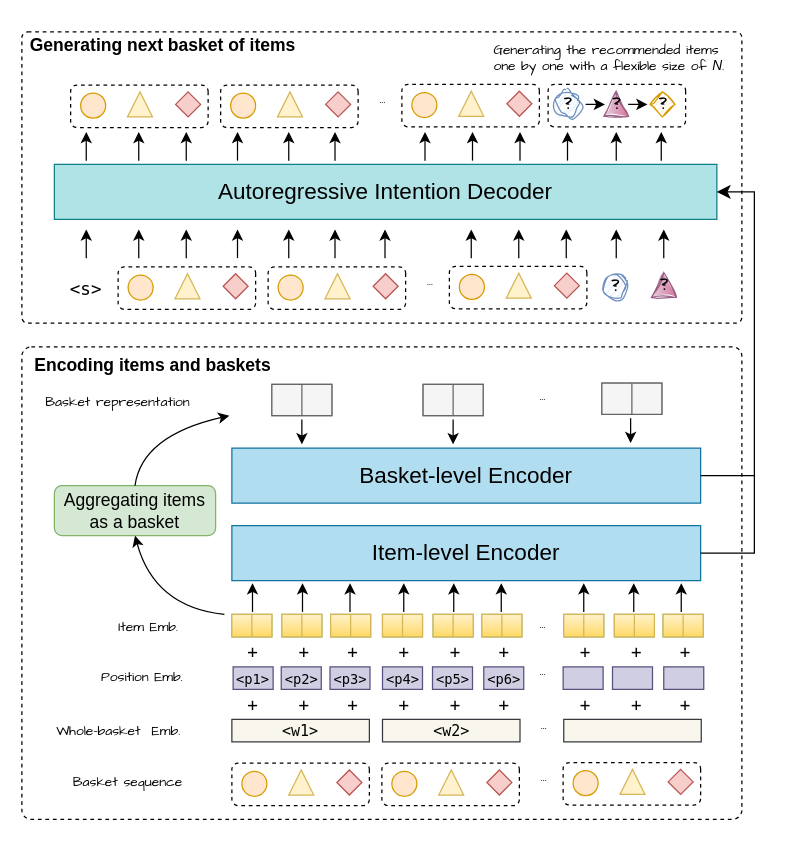
wenqisun/data keeps this draw.io diagram as architect.drawio. Above is the earlier version. Source tidied: cells renumbered, new cells numbered last; positions are measured from the earlier drawing's top-left corner, leaving out a move shared by most shapes. Both pictures are drawn from the tidied source at 125%, with x=0, y=0 at pixel (21, 21).
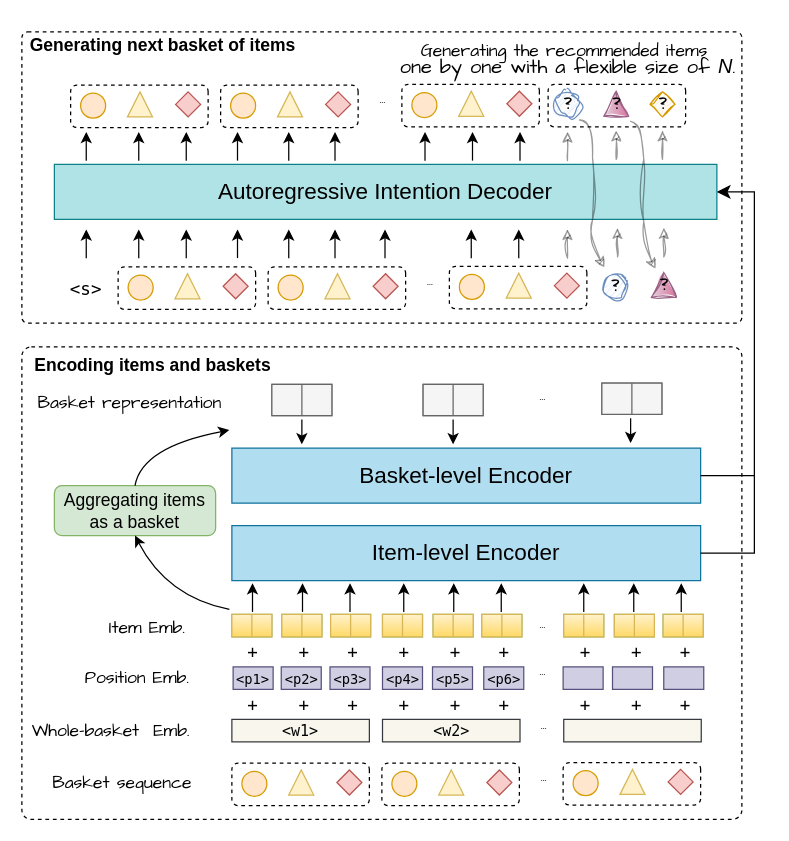
The same diagram, later.

Unchanged cells that the change refers to:
```xml
<mxCell id="5" value="Aggregating items &lt;br&gt;as a basket" style="rounded=1;whiteSpace=wrap;html=1;fontSize=14;fillColor=#d5e8d4;strokeColor=#82b366;" parent="1" vertex="1">
  <mxGeometry x="26" y="371" width="129" height="40" as="geometry" />
</mxCell>
```

Diff of the diagram source:
```diff
@@
-    <mxCell id="6" value="&lt;p style=&quot;line-height: 0%;&quot;&gt;&lt;font face=&quot;Comic Sans MS&quot; style=&quot;font-size: 11px;&quot;&gt;Basket&amp;nbsp;&lt;/font&gt;&lt;span style=&quot;font-size: 11px; font-family: &amp;quot;Comic Sans MS&amp;quot;; background-color: initial;&quot;&gt;sequence&lt;/span&gt;&lt;/p&gt;" style="text;strokeColor=none;align=center;fillColor=none;html=1;verticalAlign=middle;whiteSpace=wrap;rounded=0;dashed=1;" parent="1" vertex="1">
-      <mxGeometry x="34.5" y="593" width="100" height="30" as="geometry" />
+    <mxCell id="6" value="&lt;p style=&quot;line-height: 0%;&quot;&gt;&lt;font style=&quot;font-size: 14px;&quot;&gt;&lt;font face=&quot;Comic Sans MS&quot; style=&quot;&quot;&gt;Basket&amp;nbsp;&lt;/font&gt;&lt;span style=&quot;font-family: &amp;quot;Comic Sans MS&amp;quot;; background-color: initial;&quot;&gt;sequence&lt;/span&gt;&lt;/font&gt;&lt;/p&gt;" style="text;strokeColor=none;align=center;fillColor=none;html=1;verticalAlign=middle;whiteSpace=wrap;rounded=0;dashed=1;" parent="1" vertex="1">
+      <mxGeometry x="26" y="593" width="108.5" height="30" as="geometry" />
     </mxCell>
-    <mxCell id="7" style="curved=1;endArrow=classic;html=1;rounded=0;fontFamily=Comic Sans MS;fontSize=14;entryX=0.5;entryY=1;entryDx=0;entryDy=0;exitX=0.25;exitY=0;exitDx=0;exitDy=0;" parent="1" edge="1" target="5">
+    <mxCell id="7" style="curved=1;endArrow=classic;html=1;rounded=0;fontFamily=Comic Sans MS;fontSize=14;entryX=0.5;entryY=1;entryDx=0;entryDy=0;" parent="1" edge="1" target="5">
       <mxGeometry relative="1" as="geometry">
-        <mxPoint x="162" y="474" as="sourcePoint" />
+        <mxPoint x="166" y="470" as="sourcePoint" />
         <Array as="points">
-          <mxPoint x="106" y="468" />
+          <mxPoint x="116" y="460" />
         </Array>
       </mxGeometry>
     </mxCell>
-    <mxCell id="8" style="curved=1;endArrow=classic;html=1;rounded=0;fontFamily=Comic Sans MS;fontSize=14;exitX=0.5;exitY=0;exitDx=0;exitDy=0;" parent="1" edge="1" source="5">
+    <mxCell id="8" style="curved=1;endArrow=classic;html=1;rounded=0;fontFamily=Comic Sans MS;fontSize=14;exitX=0.5;exitY=0;exitDx=0;exitDy=0;entryX=1;entryY=1.253;entryDx=0;entryDy=0;entryPerimeter=0;" parent="1" edge="1" source="5" target="167">
       <mxGeometry relative="1" as="geometry">
-        <mxPoint x="166" y="315" as="targetPoint" />
         <Array as="points">
-          <mxPoint x="96" y="331" />
+          <mxPoint x="96" y="340" />
         </Array>
       </mxGeometry>
     </mxCell>
@@
-    <mxCell id="16" value="&lt;p style=&quot;line-height: 0%;&quot;&gt;&lt;font face=&quot;Comic Sans MS&quot;&gt;&lt;span style=&quot;font-size: 11px;&quot;&gt;Item Emb.&lt;/span&gt;&lt;/font&gt;&lt;/p&gt;" style="text;strokeColor=none;align=center;fillColor=none;html=1;verticalAlign=middle;whiteSpace=wrap;rounded=0;dashed=1;" parent="1" vertex="1">
-      <mxGeometry x="63" y="469" width="76.5" height="30" as="geometry" />
+    <mxCell id="16" value="&lt;p style=&quot;line-height: 0%;&quot;&gt;&lt;font style=&quot;font-size: 14px;&quot; face=&quot;Comic Sans MS&quot;&gt;Item Emb.&lt;/font&gt;&lt;/p&gt;" style="text;strokeColor=none;align=center;fillColor=none;html=1;verticalAlign=middle;whiteSpace=wrap;rounded=0;dashed=1;" parent="1" vertex="1">
+      <mxGeometry x="62" y="469" width="76.5" height="30" as="geometry" />
     </mxCell>
-    <mxCell id="17" value="&lt;p style=&quot;line-height: 0%;&quot;&gt;&lt;font face=&quot;Comic Sans MS&quot;&gt;&lt;span style=&quot;font-size: 11px;&quot;&gt;Whole-basket&amp;nbsp; Emb.&lt;/span&gt;&lt;/font&gt;&lt;/p&gt;" style="text;strokeColor=none;align=center;fillColor=none;html=1;verticalAlign=middle;whiteSpace=wrap;rounded=0;dashed=1;" parent="1" vertex="1">
-      <mxGeometry x="20" y="552" width="114.5" height="30" as="geometry" />
+    <mxCell id="17" value="&lt;p style=&quot;line-height: 0%;&quot;&gt;&lt;font style=&quot;font-size: 14px;&quot; face=&quot;Comic Sans MS&quot;&gt;Whole-basket&amp;nbsp; Emb.&lt;/font&gt;&lt;/p&gt;" style="text;strokeColor=none;align=center;fillColor=none;html=1;verticalAlign=middle;whiteSpace=wrap;rounded=0;dashed=1;" parent="1" vertex="1">
+      <mxGeometry x="2" y="552" width="138.5" height="30" as="geometry" />
     </mxCell>
-    <mxCell id="18" value="&lt;p style=&quot;line-height: 0%;&quot;&gt;&lt;font face=&quot;Comic Sans MS&quot;&gt;&lt;span style=&quot;font-size: 11px;&quot;&gt;Position Emb.&lt;/span&gt;&lt;/font&gt;&lt;/p&gt;" style="text;strokeColor=none;align=center;fillColor=none;html=1;verticalAlign=middle;whiteSpace=wrap;rounded=0;dashed=1;" parent="1" vertex="1">
-      <mxGeometry x="58" y="509" width="76.5" height="30" as="geometry" />
+    <mxCell id="18" value="&lt;p style=&quot;line-height: 0%;&quot;&gt;&lt;font style=&quot;font-size: 14px;&quot; face=&quot;Comic Sans MS&quot;&gt;Position Emb.&lt;/font&gt;&lt;/p&gt;" style="text;strokeColor=none;align=center;fillColor=none;html=1;verticalAlign=middle;whiteSpace=wrap;rounded=0;dashed=1;" parent="1" vertex="1">
+      <mxGeometry x="43" y="509" width="98.5" height="30" as="geometry" />
     </mxCell>
@@
-    <mxCell id="146" style="endArrow=classic;html=1;rounded=0;fontFamily=Comic Sans MS;fontSize=11;" parent="1" edge="1">
-      <mxGeometry relative="1" as="geometry">
-        <mxPoint x="435.5" y="189" as="sourcePoint" />
-        <mxPoint x="435.5" y="166" as="targetPoint" />
-      </mxGeometry>
-    </mxCell>
@@
-    <mxCell id="157" style="endArrow=classic;html=1;rounded=0;fontFamily=Comic Sans MS;fontSize=11;" parent="1" edge="1">
+    <mxCell id="157" style="endArrow=classic;html=1;rounded=0;fontFamily=Comic Sans MS;fontSize=11;sketch=1;curveFitting=1;jiggle=2;opacity=40;" parent="1" edge="1">
       <mxGeometry relative="1" as="geometry">
         <mxPoint x="436.5" y="111" as="sourcePoint" />
         <mxPoint x="436.5" y="88" as="targetPoint" />
       </mxGeometry>
     </mxCell>
@@
-    <mxCell id="162" style="endArrow=classic;html=1;rounded=0;fontFamily=Comic Sans MS;fontSize=11;" parent="1" edge="1">
-      <mxGeometry relative="1" as="geometry">
-        <mxPoint x="475.5" y="189" as="sourcePoint" />
-        <mxPoint x="475.5" y="166" as="targetPoint" />
-      </mxGeometry>
-    </mxCell>
-    <mxCell id="163" style="endArrow=classic;html=1;rounded=0;fontFamily=Comic Sans MS;fontSize=11;" parent="1" edge="1">
-      <mxGeometry relative="1" as="geometry">
-        <mxPoint x="513.5" y="189" as="sourcePoint" />
-        <mxPoint x="513.5" y="166" as="targetPoint" />
-      </mxGeometry>
-    </mxCell>
-    <mxCell id="164" style="endArrow=classic;html=1;rounded=0;fontFamily=Comic Sans MS;fontSize=11;" parent="1" edge="1">
-      <mxGeometry relative="1" as="geometry">
-        <mxPoint x="475.5" y="111" as="sourcePoint" />
-        <mxPoint x="475.5" y="88" as="targetPoint" />
-      </mxGeometry>
-    </mxCell>
-    <mxCell id="165" style="endArrow=classic;html=1;rounded=0;fontFamily=Comic Sans MS;fontSize=11;" parent="1" edge="1">
-      <mxGeometry relative="1" as="geometry">
-        <mxPoint x="511.5" y="111" as="sourcePoint" />
-        <mxPoint x="511.5" y="88" as="targetPoint" />
-      </mxGeometry>
-    </mxCell>
@@
-    <mxCell id="167" value="&lt;p style=&quot;line-height: 0%;&quot;&gt;&lt;font face=&quot;Comic Sans MS&quot;&gt;&lt;span style=&quot;font-size: 11px;&quot;&gt;Basket representation&lt;/span&gt;&lt;/font&gt;&lt;/p&gt;" style="text;strokeColor=none;align=center;fillColor=none;html=1;verticalAlign=middle;whiteSpace=wrap;rounded=0;dashed=1;" parent="1" vertex="1">
-      <mxGeometry x="7" y="289" width="140" height="30" as="geometry" />
+    <mxCell id="167" value="&lt;p style=&quot;line-height: 0%;&quot;&gt;&lt;font style=&quot;font-size: 14px;&quot; face=&quot;Comic Sans MS&quot;&gt;Basket representation&lt;/font&gt;&lt;/p&gt;" style="text;strokeColor=none;align=center;fillColor=none;html=1;verticalAlign=middle;whiteSpace=wrap;rounded=0;dashed=1;" parent="1" vertex="1">
+      <mxGeometry x="7" y="289" width="159" height="30" as="geometry" />
     </mxCell>
@@
-    <mxCell id="169" value="&lt;p style=&quot;line-height: 0%;&quot;&gt;&lt;font face=&quot;Comic Sans MS&quot;&gt;&lt;span style=&quot;font-size: 11px;&quot;&gt;Generating the recommended&amp;nbsp;&lt;/span&gt;&lt;/font&gt;&lt;font style=&quot;background-color: initial;&quot; face=&quot;Comic Sans MS&quot;&gt;&lt;span style=&quot;font-size: 11px;&quot;&gt;items&amp;nbsp;&lt;/span&gt;&lt;/font&gt;&lt;/p&gt;&lt;p style=&quot;line-height: 0%;&quot;&gt;&lt;span style=&quot;background-color: initial; font-size: 11px; font-family: &amp;quot;Comic Sans MS&amp;quot;;&quot;&gt;one by one&amp;nbsp;&lt;/span&gt;&lt;span style=&quot;background-color: initial; font-size: 11px; font-family: &amp;quot;Comic Sans MS&amp;quot;;&quot;&gt;with a flexible size of &lt;/span&gt;&lt;i style=&quot;background-color: initial; font-size: 11px;&quot;&gt;N&lt;/i&gt;&lt;span style=&quot;background-color: initial; font-size: 11px; font-family: &amp;quot;Comic Sans MS&amp;quot;;&quot;&gt;.&lt;/span&gt;&lt;/p&gt;" style="text;strokeColor=none;align=center;fillColor=none;html=1;verticalAlign=middle;whiteSpace=wrap;rounded=0;dashed=1;" parent="1" vertex="1">
-      <mxGeometry x="360" width="220" height="56" as="geometry" />
+    <mxCell id="169" value="&lt;p style=&quot;line-height: 0%;&quot;&gt;&lt;font style=&quot;font-size: 14px;&quot;&gt;&lt;font face=&quot;Comic Sans MS&quot;&gt;Generating the recommended&amp;nbsp;&lt;/font&gt;&lt;font style=&quot;background-color: initial;&quot; face=&quot;Comic Sans MS&quot;&gt;items&amp;nbsp;&lt;/font&gt;&lt;/font&gt;&lt;/p&gt;&lt;p style=&quot;line-height: 0%;&quot;&gt;&lt;font size=&quot;3&quot;&gt;&lt;span style=&quot;background-color: initial; font-family: &amp;quot;Comic Sans MS&amp;quot;;&quot;&gt;one by one&amp;nbsp;&lt;/span&gt;&lt;span style=&quot;background-color: initial; font-family: &amp;quot;Comic Sans MS&amp;quot;;&quot;&gt;with a flexible size of &lt;/span&gt;&lt;i style=&quot;background-color: initial;&quot;&gt;N&lt;/i&gt;&lt;span style=&quot;background-color: initial; font-family: &amp;quot;Comic Sans MS&amp;quot;;&quot;&gt;.&lt;/span&gt;&lt;/font&gt;&lt;/p&gt;" style="text;strokeColor=none;align=center;fillColor=none;html=1;verticalAlign=middle;whiteSpace=wrap;rounded=0;dashed=1;" parent="1" vertex="1">
+      <mxGeometry x="295" width="284" height="58" as="geometry" />
     </mxCell>
@@
-    <mxCell id="172" style="endArrow=classic;html=1;rounded=0;fontFamily=Comic Sans MS;fontSize=11;entryX=0;entryY=0.5;entryDx=0;entryDy=0;exitX=1;exitY=0.5;exitDx=0;exitDy=0;" parent="1" edge="1">
-      <mxGeometry relative="1" as="geometry">
-        <mxPoint x="451" y="66" as="sourcePoint" />
-        <mxPoint x="466.5" y="66" as="targetPoint" />
-      </mxGeometry>
-    </mxCell>
-    <mxCell id="173" style="endArrow=classic;html=1;rounded=0;fontFamily=Comic Sans MS;fontSize=11;entryX=0;entryY=0.5;entryDx=0;entryDy=0;exitX=1;exitY=0.5;exitDx=0;exitDy=0;" parent="1" edge="1">
-      <mxGeometry relative="1" as="geometry">
-        <mxPoint x="485" y="66" as="sourcePoint" />
-        <mxPoint x="500.5" y="66" as="targetPoint" />
-      </mxGeometry>
-    </mxCell>
+    <mxCell id="174" style="curved=1;endArrow=classic;html=1;rounded=0;fontFamily=Helvetica;shadow=0;opacity=40;sketch=1;curveFitting=1;jiggle=2;" parent="1" edge="1">
+      <mxGeometry relative="1" as="geometry">
+        <mxPoint x="446" y="78.5" as="sourcePoint" />
+        <mxPoint x="466" y="196.5" as="targetPoint" />
+        <Array as="points">
+          <mxPoint x="456" y="78.5" />
+          <mxPoint x="457" y="138.5" />
+          <mxPoint x="456" y="178.5" />
+        </Array>
+      </mxGeometry>
+    </mxCell>
+    <mxCell id="175" style="curved=1;endArrow=classic;html=1;rounded=0;fontFamily=Helvetica;shadow=0;opacity=40;sketch=1;curveFitting=1;jiggle=2;" parent="1" edge="1">
+      <mxGeometry relative="1" as="geometry">
+        <mxPoint x="487" y="79.5" as="sourcePoint" />
+        <mxPoint x="507" y="197.5" as="targetPoint" />
+        <Array as="points">
+          <mxPoint x="497" y="79.5" />
+          <mxPoint x="498" y="139.5" />
+          <mxPoint x="497" y="179.5" />
+        </Array>
+      </mxGeometry>
+    </mxCell>
+    <mxCell id="176" style="endArrow=classic;html=1;rounded=0;fontFamily=Comic Sans MS;fontSize=11;sketch=1;curveFitting=1;jiggle=2;opacity=40;" parent="1" edge="1">
+      <mxGeometry relative="1" as="geometry">
+        <mxPoint x="436.5" y="189" as="sourcePoint" />
+        <mxPoint x="436.5" y="166" as="targetPoint" />
+      </mxGeometry>
+    </mxCell>
+    <mxCell id="177" style="endArrow=classic;html=1;rounded=0;fontFamily=Comic Sans MS;fontSize=11;sketch=1;curveFitting=1;jiggle=2;opacity=40;" parent="1" edge="1">
+      <mxGeometry relative="1" as="geometry">
+        <mxPoint x="475.5" y="110" as="sourcePoint" />
+        <mxPoint x="475.5" y="87" as="targetPoint" />
+      </mxGeometry>
+    </mxCell>
+    <mxCell id="178" style="endArrow=classic;html=1;rounded=0;fontFamily=Comic Sans MS;fontSize=11;sketch=1;curveFitting=1;jiggle=2;opacity=40;" parent="1" edge="1">
+      <mxGeometry relative="1" as="geometry">
+        <mxPoint x="476.5" y="188" as="sourcePoint" />
+        <mxPoint x="476.5" y="165" as="targetPoint" />
+      </mxGeometry>
+    </mxCell>
+    <mxCell id="179" style="endArrow=classic;html=1;rounded=0;fontFamily=Comic Sans MS;fontSize=11;sketch=1;curveFitting=1;jiggle=2;opacity=40;" parent="1" edge="1">
+      <mxGeometry relative="1" as="geometry">
+        <mxPoint x="512.5" y="110" as="sourcePoint" />
+        <mxPoint x="512.5" y="87" as="targetPoint" />
+      </mxGeometry>
+    </mxCell>
+    <mxCell id="180" style="endArrow=classic;html=1;rounded=0;fontFamily=Comic Sans MS;fontSize=11;sketch=1;curveFitting=1;jiggle=2;opacity=40;" parent="1" edge="1">
+      <mxGeometry relative="1" as="geometry">
+        <mxPoint x="513.5" y="188" as="sourcePoint" />
+        <mxPoint x="513.5" y="165" as="targetPoint" />
+      </mxGeometry>
+    </mxCell>
```
